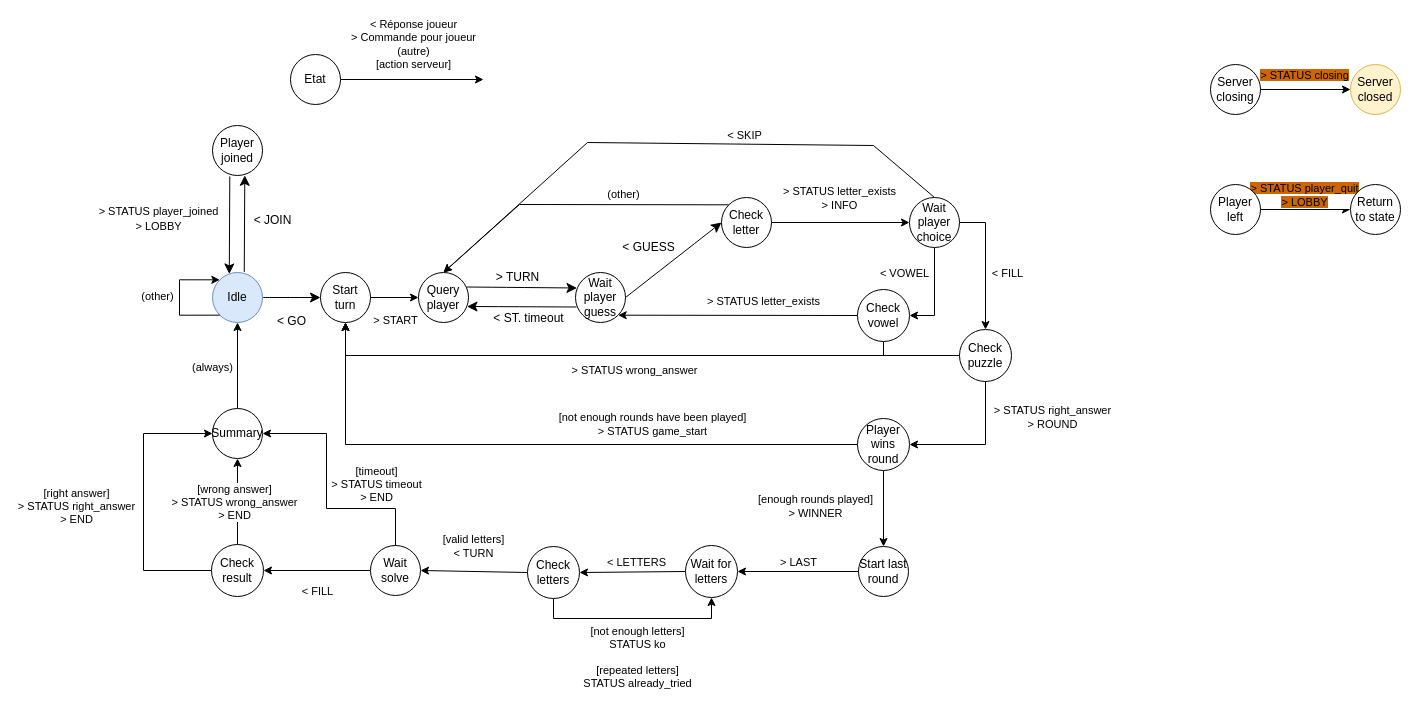
Earlier version of the draw.io diagram docs/drawio/server_lifecycle.drawio (lentidas/DAI-2425-PW2). Source tidied: cells renumbered, new cells numbered last; positions are measured from the earlier drawing's top-left corner, leaving out a move shared by most shapes. Both pictures are drawn from the tidied source at 100%, with x=0, y=0 at pixel (143, 54).
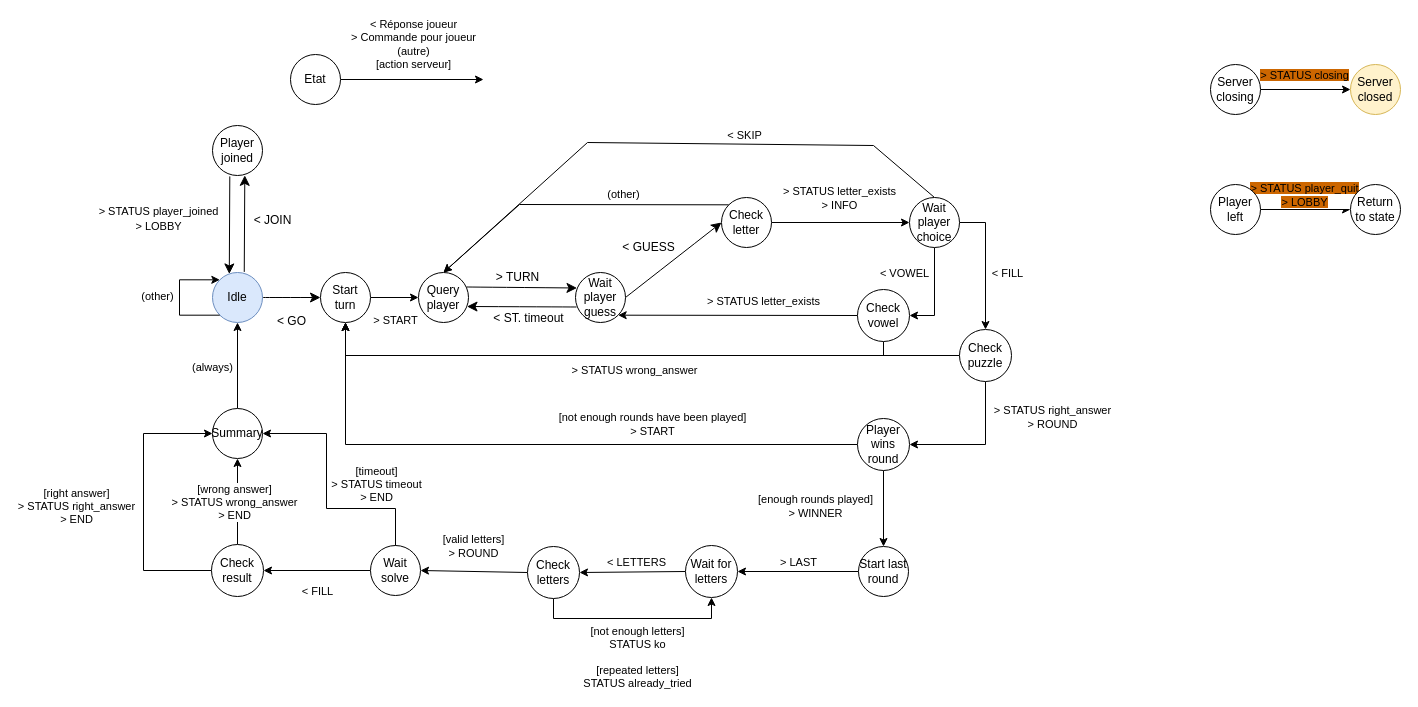
Above is the later version.

Unchanged cells that the change refers to:
```xml
<mxCell id="51" style="edgeStyle=orthogonalEdgeStyle;rounded=0;jettySize=auto;html=1;exitX=0;exitY=0.5;exitDx=0;exitDy=0;entryX=0.5;entryY=1;entryDx=0;entryDy=0;" parent="1" edge="1" source="55" target="74">
  <mxGeometry relative="1" as="geometry" />
</mxCell>
<mxCell id="78" style="rounded=0;jettySize=auto;html=1;exitX=0;exitY=0.5;exitDx=0;exitDy=0;entryX=1;entryY=0.5;entryDx=0;entryDy=0;" parent="1" edge="1" source="81" target="61">
  <mxGeometry relative="1" as="geometry" />
</mxCell>
```

Diff of the diagram source:
```diff
@@
-    <mxCell id="52" value="[not enough rounds have been played]&lt;br&gt;&amp;gt; STATUS game_start" style="edgeLabel;html=1;align=center;verticalAlign=middle;" parent="51" vertex="1">
+    <mxCell id="52" value="[not enough rounds have been played]&lt;br&gt;&amp;gt; START" style="edgeLabel;html=1;align=center;verticalAlign=middle;" parent="51" vertex="1">
       <mxGeometry x="-0.42" y="1" relative="1" as="geometry">
         <mxPoint x="-22" y="-22" as="offset" />
       </mxGeometry>
     </mxCell>
@@
-    <mxCell id="79" value="[valid letters]&lt;br&gt;&amp;lt; TURN" style="edgeLabel;html=1;align=center;verticalAlign=middle;" parent="78" vertex="1">
+    <mxCell id="79" value="[valid letters]&lt;br&gt;&amp;gt; ROUND" style="edgeLabel;html=1;align=center;verticalAlign=middle;" parent="78" vertex="1">
       <mxGeometry x="0.01" y="1" relative="1" as="geometry">
         <mxPoint y="-26" as="offset" />
       </mxGeometry>
     </mxCell>
```
